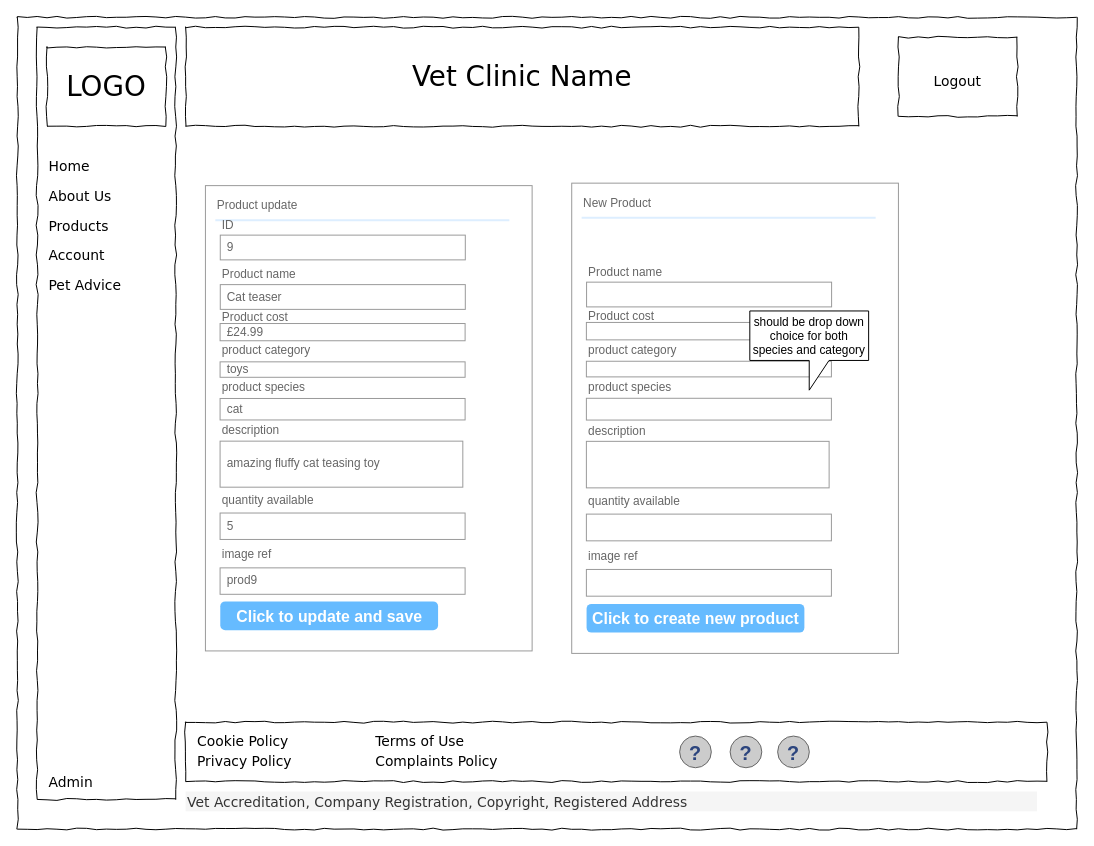
Above: Wireframes/wireframe-admin-product-update.drawio in azzywazzy/sky-git-team2 (draw.io), before the change. Source tidied: cells renumbered, new cells numbered last; positions are measured from the earlier drawing's top-left corner, leaving out a move shared by most shapes. Both pictures are drawn from the tidied source at 99%, with x=0, y=0 at pixel (17, 17).
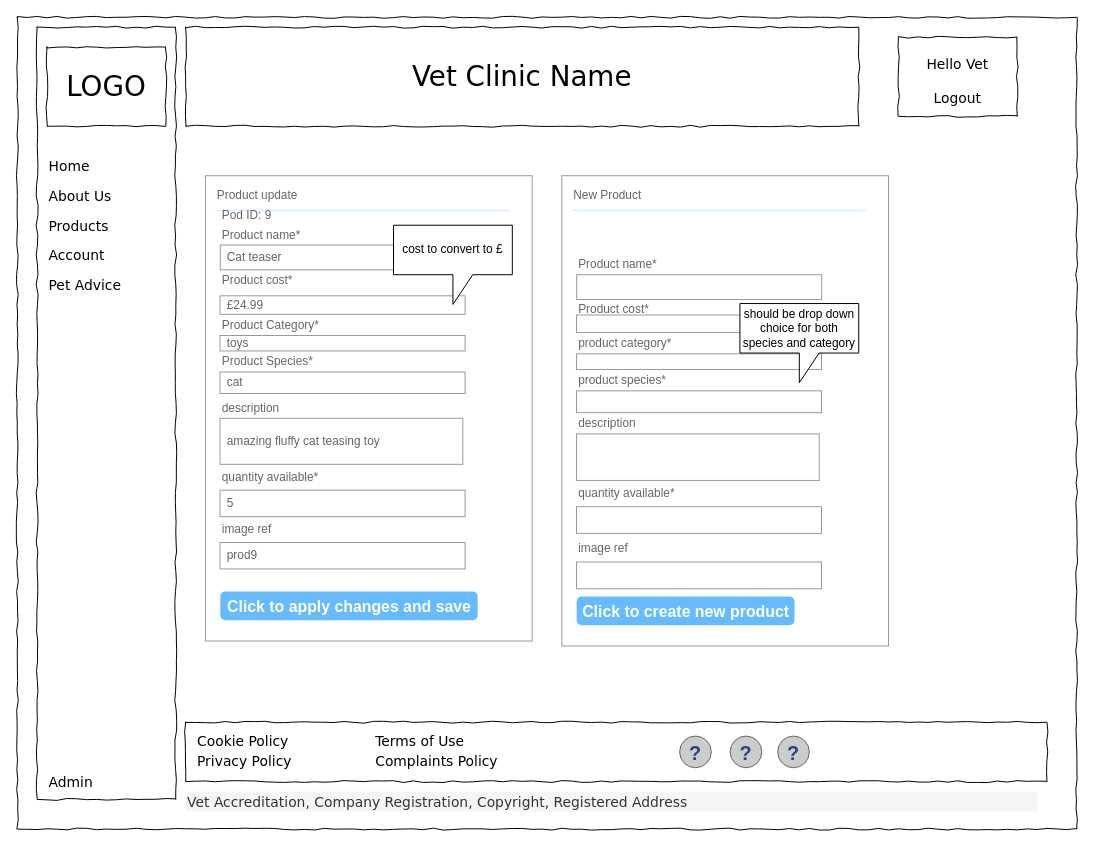
Above is the later version.

What changed in the source:
```diff
@@
-    <mxCell id="14" value="&lt;div align=&quot;center&quot;&gt;&lt;font style=&quot;font-size: 14px;&quot;&gt;Logout&lt;/font&gt;&lt;/div&gt;" style="whiteSpace=wrap;html=1;rounded=0;shadow=0;labelBackgroundColor=none;strokeWidth=1;fontFamily=Verdana;fontSize=28;align=center;comic=1;" parent="1" vertex="1">
+    <mxCell id="14" value="&lt;div align=&quot;center&quot;&gt;&lt;font style=&quot;font-size: 14px;&quot;&gt;Hello Vet&lt;/font&gt;&lt;/div&gt;&lt;div align=&quot;center&quot;&gt;&lt;font style=&quot;font-size: 14px;&quot;&gt;Logout&lt;/font&gt;&lt;/div&gt;" style="whiteSpace=wrap;html=1;rounded=0;shadow=0;labelBackgroundColor=none;strokeWidth=1;fontFamily=Verdana;fontSize=28;align=center;comic=1;" parent="1" vertex="1">
       <mxGeometry x="890" y="20" width="120" height="80" as="geometry" />
     </mxCell>
@@
     <mxCell id="22" style="strokeWidth=1;shadow=0;dashed=0;align=center;html=1;shape=mxgraph.mockup.forms.rrect;rSize=0;strokeColor=#999999;fillColor=#ffffff;" parent="1" vertex="1">
-      <mxGeometry x="190" y="170" width="330" height="470" as="geometry" />
+      <mxGeometry x="190" y="160" width="330" height="470" as="geometry" />
     </mxCell>
@@
-    <mxCell id="25" value="ID" style="strokeWidth=1;shadow=0;dashed=0;align=center;html=1;shape=mxgraph.mockup.forms.anchor;fontSize=12;fontColor=#666666;align=left;spacingLeft=0;" parent="22" vertex="1">
+    <mxCell id="25" value="Pod ID: 9" style="strokeWidth=1;shadow=0;dashed=0;align=center;html=1;shape=mxgraph.mockup.forms.anchor;fontSize=12;fontColor=#666666;align=left;spacingLeft=0;" parent="22" vertex="1">
       <mxGeometry width="165" height="20" relative="1" as="geometry">
         <mxPoint x="15" y="30" as="offset" />
       </mxGeometry>
     </mxCell>
-    <mxCell id="26" value="9" style="strokeWidth=1;shadow=0;dashed=0;align=center;html=1;shape=mxgraph.mockup.forms.rrect;rSize=0;strokeColor=#999999;fontColor=#666666;align=left;spacingLeft=5;" parent="22" vertex="1">
-      <mxGeometry width="247.5" height="25" relative="1" as="geometry">
-        <mxPoint x="15" y="50" as="offset" />
-      </mxGeometry>
-    </mxCell>
-    <mxCell id="27" value="Product name" style="strokeWidth=1;shadow=0;dashed=0;align=center;html=1;shape=mxgraph.mockup.forms.anchor;fontSize=12;fontColor=#666666;align=left;spacingLeft=0;" parent="22" vertex="1">
+    <mxCell id="27" value="Product name*" style="strokeWidth=1;shadow=0;dashed=0;align=center;html=1;shape=mxgraph.mockup.forms.anchor;fontSize=12;fontColor=#666666;align=left;spacingLeft=0;" parent="22" vertex="1">
       <mxGeometry width="165" height="20" relative="1" as="geometry">
-        <mxPoint x="15" y="80" as="offset" />
+        <mxPoint x="15" y="50" as="offset" />
       </mxGeometry>
     </mxCell>
     <mxCell id="28" value="Cat teaser" style="strokeWidth=1;shadow=0;dashed=0;align=center;html=1;shape=mxgraph.mockup.forms.rrect;rSize=0;strokeColor=#999999;fontColor=#666666;align=left;spacingLeft=5;" parent="22" vertex="1">
       <mxGeometry width="247.5" height="25" relative="1" as="geometry">
-        <mxPoint x="15" y="100" as="offset" />
+        <mxPoint x="15" y="70" as="offset" />
       </mxGeometry>
     </mxCell>
-    <mxCell id="29" value="Click to update and save" style="strokeWidth=1;shadow=0;dashed=0;align=center;html=1;shape=mxgraph.mockup.forms.rrect;rSize=5;strokeColor=none;fontColor=#ffffff;fillColor=#66bbff;fontSize=16;fontStyle=1;" parent="22" vertex="1">
-      <mxGeometry y="1" width="220" height="29" relative="1" as="geometry">
+    <mxCell id="29" value="Click to apply changes and save" style="strokeWidth=1;shadow=0;dashed=0;align=center;html=1;shape=mxgraph.mockup.forms.rrect;rSize=5;strokeColor=none;fontColor=#ffffff;fillColor=#66bbff;fontSize=16;fontStyle=1;" parent="22" vertex="1">
+      <mxGeometry y="1" width="260" height="29" relative="1" as="geometry">
         <mxPoint x="15" y="-50" as="offset" />
       </mxGeometry>
     </mxCell>
-    <mxCell id="30" value="Product cost" style="strokeWidth=1;shadow=0;dashed=0;align=center;html=1;shape=mxgraph.mockup.forms.anchor;fontSize=12;fontColor=#666666;align=left;spacingLeft=0;" parent="22" vertex="1">
-      <mxGeometry x="14.9" y="117.5" width="189.8" height="31.3" as="geometry" />
+    <mxCell id="30" value="Product cost*" style="strokeWidth=1;shadow=0;dashed=0;align=center;html=1;shape=mxgraph.mockup.forms.anchor;fontSize=12;fontColor=#666666;align=left;spacingLeft=0;" parent="22" vertex="1">
+      <mxGeometry x="14.9" y="90" width="189.8" height="31.3" as="geometry" />
     </mxCell>
     <mxCell id="31" value="£24.99" style="strokeWidth=1;shadow=0;dashed=0;align=center;html=1;shape=mxgraph.mockup.forms.rrect;rSize=0;strokeColor=#999999;fontColor=#666666;align=left;spacingLeft=5;" parent="22" vertex="1">
-      <mxGeometry x="14.8" y="139.3" width="247.5" height="17.4" as="geometry" />
+      <mxGeometry x="14.8" y="121.3" width="247.5" height="18.7" as="geometry" />
     </mxCell>
-    <mxCell id="32" value="product category" style="strokeWidth=1;shadow=0;dashed=0;align=center;html=1;shape=mxgraph.mockup.forms.anchor;fontSize=12;fontColor=#666666;align=left;spacingLeft=0;" parent="22" vertex="1">
-      <mxGeometry x="14.9" y="156.7" width="165" height="21.4" as="geometry" />
+    <mxCell id="32" value="Product Category*" style="strokeWidth=1;shadow=0;dashed=0;align=center;html=1;shape=mxgraph.mockup.forms.anchor;fontSize=12;fontColor=#666666;align=left;spacingLeft=0;" parent="22" vertex="1">
+      <mxGeometry x="14.9" y="140" width="165" height="21.4" as="geometry" />
     </mxCell>
     <mxCell id="33" value="toys" style="strokeWidth=1;shadow=0;dashed=0;align=center;html=1;shape=mxgraph.mockup.forms.rrect;rSize=0;strokeColor=#999999;fontColor=#666666;align=left;spacingLeft=5;" parent="22" vertex="1">
-      <mxGeometry x="14.8" y="178" width="247.5" height="15.6" as="geometry" />
+      <mxGeometry x="14.8" y="161.4" width="247.5" height="15.6" as="geometry" />
     </mxCell>
-    <mxCell id="34" value="product species" style="strokeWidth=1;shadow=0;dashed=0;align=center;html=1;shape=mxgraph.mockup.forms.anchor;fontSize=12;fontColor=#666666;align=left;spacingLeft=0;" parent="22" vertex="1">
-      <mxGeometry x="14.9" y="193.6" width="165" height="21.4" as="geometry" />
+    <mxCell id="34" value="Product Species*" style="strokeWidth=1;shadow=0;dashed=0;align=center;html=1;shape=mxgraph.mockup.forms.anchor;fontSize=12;fontColor=#666666;align=left;spacingLeft=0;" parent="22" vertex="1">
+      <mxGeometry x="14.9" y="177" width="165" height="21.4" as="geometry" />
     </mxCell>
     <mxCell id="35" value="cat" style="strokeWidth=1;shadow=0;dashed=0;align=center;html=1;shape=mxgraph.mockup.forms.rrect;rSize=0;strokeColor=#999999;fontColor=#666666;align=left;spacingLeft=5;" parent="22" vertex="1">
-      <mxGeometry x="14.8" y="215" width="247.5" height="21.7" as="geometry" />
+      <mxGeometry x="14.8" y="198.3" width="247.5" height="21.7" as="geometry" />
     </mxCell>
     <mxCell id="36" value="description" style="strokeWidth=1;shadow=0;dashed=0;align=center;html=1;shape=mxgraph.mockup.forms.anchor;fontSize=12;fontColor=#666666;align=left;spacingLeft=0;" parent="22" vertex="1">
-      <mxGeometry x="14.9" y="236.7" width="165" height="21.4" as="geometry" />
+      <mxGeometry x="14.9" y="224" width="165" height="21.4" as="geometry" />
     </mxCell>
     <mxCell id="37" value="amazing fluffy cat teasing toy" style="strokeWidth=1;shadow=0;dashed=0;align=center;html=1;shape=mxgraph.mockup.forms.rrect;rSize=0;strokeColor=#999999;fontColor=#666666;align=left;spacingLeft=5;" parent="22" vertex="1">
-      <mxGeometry x="14.8" y="258.1" width="245.2" height="46.5" as="geometry" />
+      <mxGeometry x="14.8" y="245" width="245.2" height="46.5" as="geometry" />
     </mxCell>
@@
-    <mxCell id="39" value="quantity available" style="strokeWidth=1;shadow=0;dashed=0;align=center;html=1;shape=mxgraph.mockup.forms.anchor;fontSize=12;fontColor=#666666;align=left;spacingLeft=0;" parent="22" vertex="1">
-      <mxGeometry x="14.8" y="304.6" width="189.8" height="26.1" as="geometry" />
+    <mxCell id="39" value="quantity available*" style="strokeWidth=1;shadow=0;dashed=0;align=center;html=1;shape=mxgraph.mockup.forms.anchor;fontSize=12;fontColor=#666666;align=left;spacingLeft=0;" parent="22" vertex="1">
+      <mxGeometry x="14.8" y="291.5" width="189.8" height="26.1" as="geometry" />
     </mxCell>
     <mxCell id="40" value="5" style="strokeWidth=1;shadow=0;dashed=0;align=center;html=1;shape=mxgraph.mockup.forms.rrect;rSize=0;strokeColor=#999999;fontColor=#666666;align=left;spacingLeft=5;" parent="22" vertex="1">
-      <mxGeometry x="14.8" y="330.7" width="247.5" height="26.7" as="geometry" />
+      <mxGeometry x="14.8" y="317.7" width="247.5" height="26.7" as="geometry" />
     </mxCell>
     <mxCell id="41" value="image ref" style="strokeWidth=1;shadow=0;dashed=0;align=center;html=1;shape=mxgraph.mockup.forms.anchor;fontSize=12;fontColor=#666666;align=left;spacingLeft=0;" parent="22" vertex="1">
-      <mxGeometry x="14.8" y="360" width="189.8" height="26.1" as="geometry" />
+      <mxGeometry x="14.8" y="344.4" width="189.8" height="26.1" as="geometry" />
     </mxCell>
     <mxCell id="42" value="prod9" style="strokeWidth=1;shadow=0;dashed=0;align=center;html=1;shape=mxgraph.mockup.forms.rrect;rSize=0;strokeColor=#999999;fontColor=#666666;align=left;spacingLeft=5;" parent="22" vertex="1">
-      <mxGeometry x="14.8" y="386.1" width="247.5" height="26.7" as="geometry" />
+      <mxGeometry x="14.8" y="370.5" width="247.5" height="26.7" as="geometry" />
     </mxCell>
+    <mxCell id="63" value="cost to convert to £" style="shape=callout;whiteSpace=wrap;html=1;perimeter=calloutPerimeter;" parent="22" vertex="1">
+      <mxGeometry x="190" y="50" width="120" height="80" as="geometry" />
+    </mxCell>
     <mxCell id="43" style="strokeWidth=1;shadow=0;dashed=0;align=center;html=1;shape=mxgraph.mockup.forms.rrect;rSize=0;strokeColor=#999999;fillColor=#ffffff;" parent="1" vertex="1">
-      <mxGeometry x="560" y="167.5" width="330" height="475" as="geometry" />
+      <mxGeometry x="550" y="160" width="330" height="475" as="geometry" />
     </mxCell>
@@
-    <mxCell id="46" value="Product name" style="strokeWidth=1;shadow=0;dashed=0;align=center;html=1;shape=mxgraph.mockup.forms.anchor;fontSize=12;fontColor=#666666;align=left;spacingLeft=0;" parent="43" vertex="1">
+    <mxCell id="46" value="Product name*" style="strokeWidth=1;shadow=0;dashed=0;align=center;html=1;shape=mxgraph.mockup.forms.anchor;fontSize=12;fontColor=#666666;align=left;spacingLeft=0;" parent="43" vertex="1">
       <mxGeometry width="165" height="20" relative="1" as="geometry">
         <mxPoint x="15" y="80" as="offset" />
       </mxGeometry>
     </mxCell>
@@
-    <mxCell id="49" value="Product cost" style="strokeWidth=1;shadow=0;dashed=0;align=center;html=1;shape=mxgraph.mockup.forms.anchor;fontSize=12;fontColor=#666666;align=left;spacingLeft=0;" parent="43" vertex="1">
+    <mxCell id="49" value="Product cost*" style="strokeWidth=1;shadow=0;dashed=0;align=center;html=1;shape=mxgraph.mockup.forms.anchor;fontSize=12;fontColor=#666666;align=left;spacingLeft=0;" parent="43" vertex="1">
       <mxGeometry x="14.9" y="118.7" width="189.8" height="31.7" as="geometry" />
     </mxCell>
@@
-    <mxCell id="51" value="product category" style="strokeWidth=1;shadow=0;dashed=0;align=center;html=1;shape=mxgraph.mockup.forms.anchor;fontSize=12;fontColor=#666666;align=left;spacingLeft=0;" parent="43" vertex="1">
+    <mxCell id="51" value="product category*" style="strokeWidth=1;shadow=0;dashed=0;align=center;html=1;shape=mxgraph.mockup.forms.anchor;fontSize=12;fontColor=#666666;align=left;spacingLeft=0;" parent="43" vertex="1">
       <mxGeometry x="14.9" y="158.3" width="165" height="21.6" as="geometry" />
     </mxCell>
@@
-    <mxCell id="53" value="product species" style="strokeWidth=1;shadow=0;dashed=0;align=center;html=1;shape=mxgraph.mockup.forms.anchor;fontSize=12;fontColor=#666666;align=left;spacingLeft=0;" parent="43" vertex="1">
+    <mxCell id="53" value="product species*" style="strokeWidth=1;shadow=0;dashed=0;align=center;html=1;shape=mxgraph.mockup.forms.anchor;fontSize=12;fontColor=#666666;align=left;spacingLeft=0;" parent="43" vertex="1">
       <mxGeometry x="14.9" y="195.7" width="165" height="21.6" as="geometry" />
     </mxCell>
@@
-    <mxCell id="58" value="quantity available" style="strokeWidth=1;shadow=0;dashed=0;align=center;html=1;shape=mxgraph.mockup.forms.anchor;fontSize=12;fontColor=#666666;align=left;spacingLeft=0;" parent="43" vertex="1">
+    <mxCell id="58" value="quantity available*" style="strokeWidth=1;shadow=0;dashed=0;align=center;html=1;shape=mxgraph.mockup.forms.anchor;fontSize=12;fontColor=#666666;align=left;spacingLeft=0;" parent="43" vertex="1">
       <mxGeometry x="14.8" y="307.9" width="189.8" height="26.4" as="geometry" />
     </mxCell>
```
